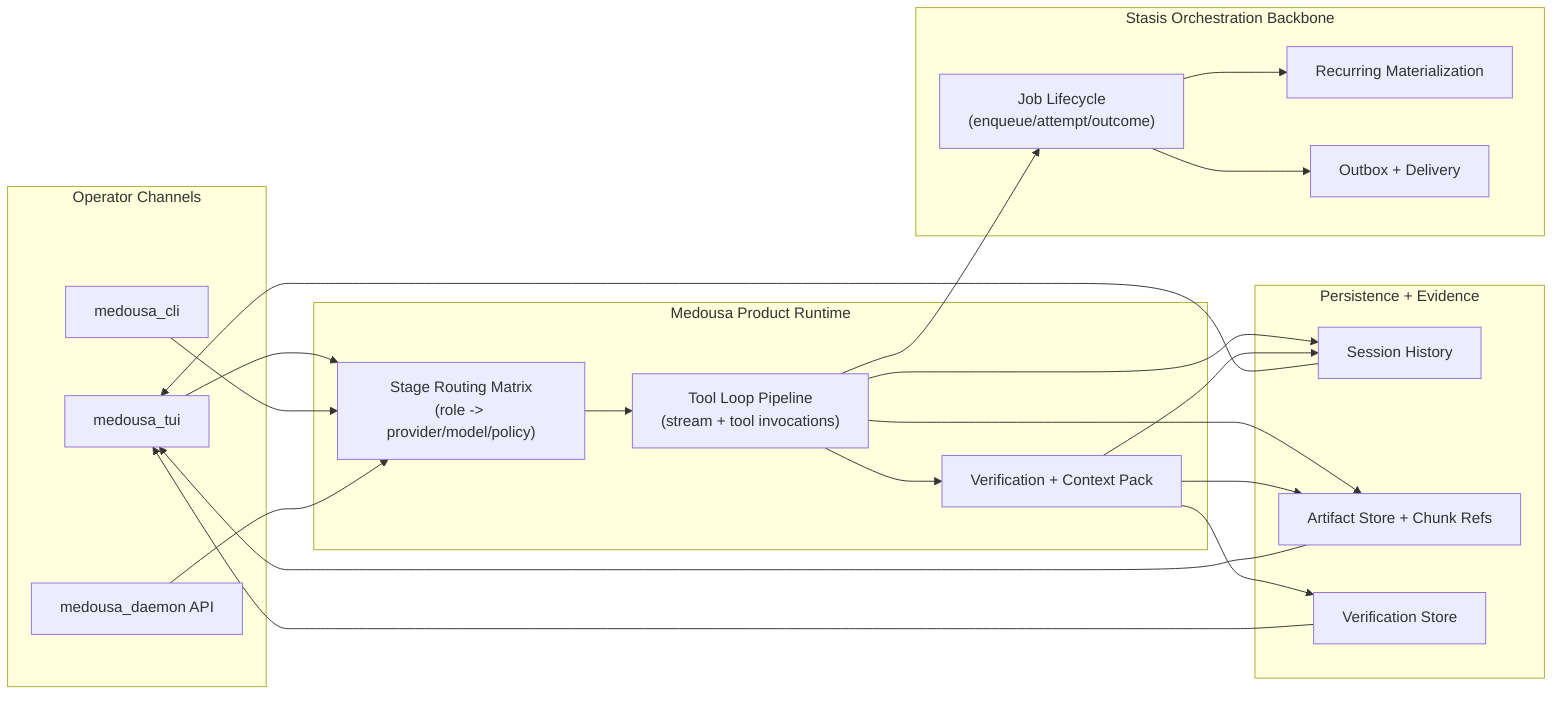
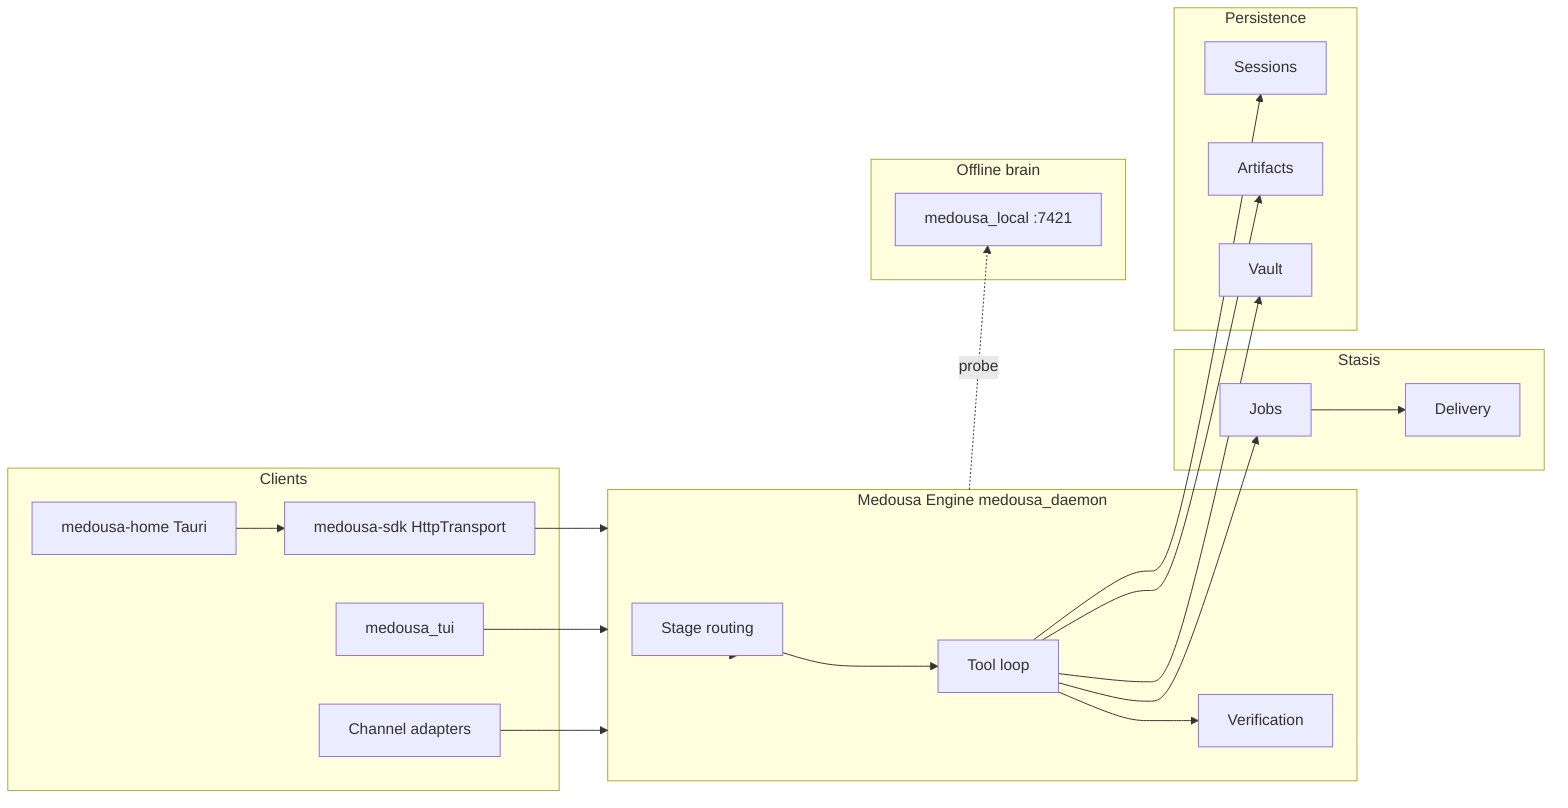
flowchart LR
-     subgraph Channels["Operator Channels"]
+     subgraph Clients["Clients"]
+         Home["medousa-home Tauri"]
+         SDK["medousa-sdk HttpTransport"]
        TUI["medousa_tui"]
-         CLI["medousa_cli"]
-         API["medousa_daemon API"]
+         Adapters["Channel adapters"]
    end

-     subgraph Product["Medousa Product Runtime"]
-         Router["Stage Routing Matrix\n(role -> provider/model/policy)"]
-         ToolLoop["Tool Loop Pipeline\n(stream + tool invocations)"]
-         Verifier["Verification + Context Pack"]
+     subgraph Engine["Medousa Engine medousa_daemon"]
+         Router["Stage routing"]
+         ToolLoop["Tool loop"]
+         Verifier["Verification"]
    end

-     subgraph Stasis["Stasis Orchestration Backbone"]
-         Jobs["Job Lifecycle\n(enqueue/attempt/outcome)"]
-         Scheduler["Recurring Materialization"]
-         Outbox["Outbox + Delivery"]
+     subgraph Stasis["Stasis"]
+         Jobs["Jobs"]
+         Outbox["Delivery"]
    end

-     subgraph Data["Persistence + Evidence"]
-         Hist["Session History"]
-         Art["Artifact Store + Chunk Refs"]
-         Verify["Verification Store"]
+     subgraph Data["Persistence"]
+         Hist["Sessions"]
+         Art["Artifacts"]
+         Vault["Vault"]
    end

-     TUI --> Router
-     CLI --> Router
-     API --> Router
+     subgraph Local["Offline brain"]
+         LocalEng["medousa_local :7421"]
+     end

+     Home --> SDK
+     SDK --> Engine
+     TUI --> Engine
+     Adapters --> Engine
+ 
+     Engine --> Router
    Router --> ToolLoop
    ToolLoop --> Verifier
    ToolLoop --> Jobs
-     Verifier --> Verify
- 
-     Jobs --> Scheduler
    Jobs --> Outbox

    ToolLoop --> Hist
    ToolLoop --> Art
-     Verifier --> Hist
-     Verifier --> Art
- 
-     Hist --> TUI
-     Art --> TUI
-     Verify --> TUI+     ToolLoop --> Vault
+     Engine -. probe .-> LocalEng
